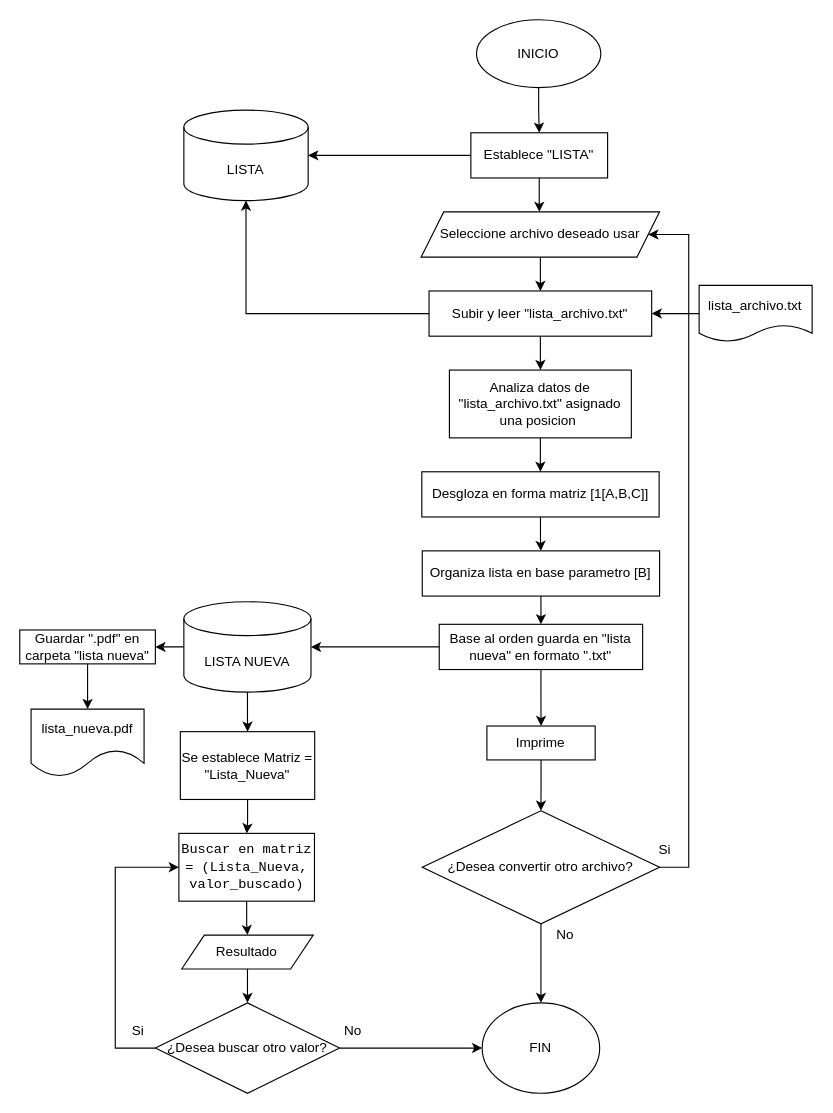
Before: DIAGRAMAS/Diagrama de la lista.drawio in ramseshaz/Repositorio-1, a draw.io diagram. Source tidied: cells renumbered, new cells numbered last; positions are measured from the earlier drawing's top-left corner, leaving out a move shared by most shapes. Both pictures are drawn from the tidied source at 113%, with x=0, y=0 at pixel (19, 19).
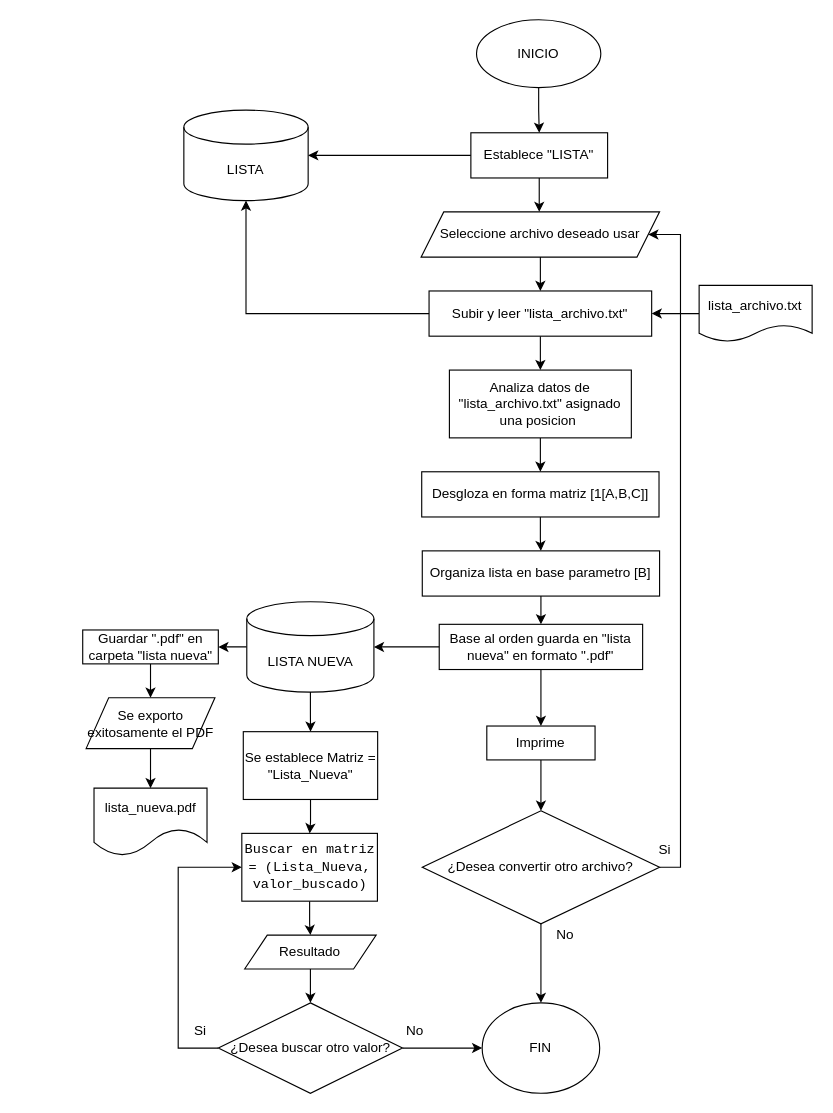
The same page after the edit.

Commit message:
Actualización del Diagrama de la Lista

The change refers to these unchanged cells:
```xml
<mxCell id="7" value="Seleccione archivo deseado usar" style="shape=parallelogram;perimeter=parallelogramPerimeter;whiteSpace=wrap;html=1;fixedSize=1;" parent="1" vertex="1">
  <mxGeometry x="355.2" y="170" width="211" height="40" as="geometry" />
</mxCell>
<mxCell id="14" value="¿Desea convertir otro archivo?" style="rhombus;whiteSpace=wrap;html=1;" parent="1" vertex="1">
  <mxGeometry x="356.2" y="700" width="210" height="100" as="geometry" />
</mxCell>
<mxCell id="16" value="Establece &quot;LISTA&quot;" style="rounded=0;whiteSpace=wrap;html=1;" parent="1" vertex="1">
  <mxGeometry x="399.2" y="100" width="121" height="40" as="geometry" />
</mxCell>
<mxCell id="20" value="Subir y leer &quot;lista_archivo.txt&quot;" style="rounded=0;whiteSpace=wrap;html=1;" parent="1" vertex="1">
  <mxGeometry x="362.2" y="240" width="197" height="40" as="geometry" />
</mxCell>
```

Diff of the diagram source:
```diff
@@
-    <mxCell id="4" style="edgeStyle=orthogonalEdgeStyle;rounded=0;jettySize=auto;html=1;" parent="1" edge="1" source="5" target="48">
-      <mxGeometry relative="1" as="geometry" />
-    </mxCell>
+    <mxCell id="49" style="edgeStyle=orthogonalEdgeStyle;rounded=0;jettySize=auto;html=1;" parent="1" edge="1" source="5" target="51">
+      <mxGeometry relative="1" as="geometry" />
+    </mxCell>
     <mxCell id="5" value="Guardar &quot;.pdf&quot; en carpeta &quot;lista nueva&quot;" style="whiteSpace=wrap;html=1;" parent="1" vertex="1">
-      <mxGeometry y="540" width="120" height="30" as="geometry" />
+      <mxGeometry x="55.7" y="540" width="120" height="30" as="geometry" />
     </mxCell>
@@
     <mxCell id="9" value="Desgloza en forma matriz [1[A,B,C]]" style="rounded=0;whiteSpace=wrap;html=1;" parent="1" vertex="1">
-      <mxGeometry x="355.8" y="400" width="210" height="40" as="geometry" />
+      <mxGeometry x="355.7" y="400" width="210" height="40" as="geometry" />
     </mxCell>
@@
     <mxCell id="11" value="Imprime" style="whiteSpace=wrap;html=1;rounded=0;" parent="1" vertex="1">
-      <mxGeometry x="413.4" y="625" width="95.8" height="30" as="geometry" />
+      <mxGeometry x="413.3" y="625" width="95.8" height="30" as="geometry" />
     </mxCell>
     <mxCell id="12" style="edgeStyle=orthogonalEdgeStyle;rounded=0;jettySize=auto;html=1;entryX=1;entryY=0.5;entryDx=0;entryDy=0;" parent="1" edge="1" source="14" target="7">
       <mxGeometry relative="1" as="geometry">
         <Array as="points">
-          <mxPoint x="592" y="750" />
-          <mxPoint x="592" y="190" />
+          <mxPoint x="584.7" y="750" />
+          <mxPoint x="584.7" y="190" />
         </Array>
       </mxGeometry>
     </mxCell>
@@
     <mxCell id="15" style="edgeStyle=orthogonalEdgeStyle;rounded=0;jettySize=auto;html=1;" parent="1" edge="1" source="16">
       <mxGeometry relative="1" as="geometry">
-        <mxPoint x="459.8" y="170" as="targetPoint" />
+        <mxPoint x="459.7" y="170" as="targetPoint" />
       </mxGeometry>
     </mxCell>
@@
     <mxCell id="19" style="edgeStyle=orthogonalEdgeStyle;rounded=0;jettySize=auto;html=1;" parent="1" edge="1" source="20">
       <mxGeometry relative="1" as="geometry">
-        <mxPoint x="460.8" y="310" as="targetPoint" />
+        <mxPoint x="460.7" y="310" as="targetPoint" />
       </mxGeometry>
     </mxCell>
@@
-    <mxCell id="27" value="Base al orden guarda en &quot;lista nueva&quot; en formato &quot;.txt&quot;" style="whiteSpace=wrap;html=1;rounded=0;" parent="1" vertex="1">
+    <mxCell id="27" value="Base al orden guarda en &quot;lista nueva&quot; en formato &quot;.pdf&quot;" style="whiteSpace=wrap;html=1;rounded=0;" parent="1" vertex="1">
       <mxGeometry x="371.2" y="535" width="180" height="40" as="geometry" />
     </mxCell>
@@
     <mxCell id="30" value="LISTA NUEVA" style="shape=cylinder3;whiteSpace=wrap;html=1;boundedLbl=1;backgroundOutline=1;size=15;" parent="1" vertex="1">
-      <mxGeometry x="145.2" y="515" width="112.5" height="80" as="geometry" />
+      <mxGeometry x="200.9" y="515" width="112.5" height="80" as="geometry" />
     </mxCell>
@@
     <mxCell id="36" value="Se establece Matriz = &quot;Lista_Nueva&quot;" style="rounded=0;whiteSpace=wrap;html=1;" parent="1" vertex="1">
-      <mxGeometry x="142.1" y="630" width="118.9" height="60" as="geometry" />
+      <mxGeometry x="197.8" y="630" width="118.9" height="60" as="geometry" />
     </mxCell>
@@
     <mxCell id="38" value="&lt;font&gt;&lt;span class=&quot;Ff1zF&quot; style=&quot;font-family: monospace; margin: 0px; border-bottom: 0px rgb(250, 144, 62);&quot;&gt;Buscar en matriz =&amp;nbsp;&lt;/span&gt;&lt;span class=&quot;undefined&quot; style=&quot;font-family: monospace; margin: 0px; border-bottom: 0px rgb(238, 240, 255);&quot;&gt;(Lista_Nueva&lt;/span&gt;&lt;span class=&quot;undefined&quot; style=&quot;font-family: monospace; margin: 0px; border-bottom: 0px rgb(238, 240, 255);&quot;&gt;, &lt;/span&gt;&lt;span class=&quot;Ff1zF&quot; style=&quot;font-family: monospace; margin: 0px; border-bottom: 0px rgb(250, 144, 62);&quot;&gt;valor_buscado&lt;/span&gt;&lt;span class=&quot;undefined&quot; style=&quot;font-family: monospace; margin: 0px; border-bottom: 0px rgb(238, 240, 255);&quot;&gt;)&lt;/span&gt;&lt;/font&gt;" style="whiteSpace=wrap;html=1;rounded=0;" parent="1" vertex="1">
-      <mxGeometry x="140.8" y="720" width="120" height="60" as="geometry" />
+      <mxGeometry x="196.5" y="720" width="120" height="60" as="geometry" />
     </mxCell>
@@
     <mxCell id="40" value="Resultado" style="shape=parallelogram;perimeter=parallelogramPerimeter;whiteSpace=wrap;html=1;fixedSize=1;" parent="1" vertex="1">
-      <mxGeometry x="143.3" y="810" width="116.4" height="30" as="geometry" />
+      <mxGeometry x="199" y="810" width="116.4" height="30" as="geometry" />
     </mxCell>
     <mxCell id="41" style="edgeStyle=orthogonalEdgeStyle;rounded=0;jettySize=auto;html=1;entryX=0;entryY=0.5;entryDx=0;entryDy=0;" parent="1" edge="1" source="43" target="38">
       <mxGeometry relative="1" as="geometry">
         <Array as="points">
-          <mxPoint x="84.5" y="910" />
-          <mxPoint x="84.5" y="750" />
+          <mxPoint x="140.2" y="910" />
+          <mxPoint x="140.2" y="750" />
         </Array>
       </mxGeometry>
     </mxCell>
@@
     <mxCell id="43" value="¿Desea buscar otro valor?" style="rhombus;whiteSpace=wrap;html=1;" parent="1" vertex="1">
-      <mxGeometry x="120" y="870" width="163" height="80" as="geometry" />
+      <mxGeometry x="175.7" y="870" width="163" height="80" as="geometry" />
     </mxCell>
     <mxCell id="44" value="Si" style="text;html=1;whiteSpace=wrap;strokeColor=none;fillColor=none;align=center;verticalAlign=middle;rounded=0;" parent="1" vertex="1">
-      <mxGeometry x="74.5" y="880" width="60" height="30" as="geometry" />
+      <mxGeometry x="130.2" y="880" width="60" height="30" as="geometry" />
     </mxCell>
     <mxCell id="45" value="No" style="text;html=1;whiteSpace=wrap;strokeColor=none;fillColor=none;align=center;verticalAlign=middle;rounded=0;" parent="1" vertex="1">
-      <mxGeometry x="264.5" y="880" width="60" height="30" as="geometry" />
+      <mxGeometry x="320.2" y="880" width="60" height="30" as="geometry" />
     </mxCell>
@@
     <mxCell id="48" value="lista_nueva.pdf" style="shape=document;whiteSpace=wrap;html=1;boundedLbl=1;size=0.4;" parent="1" vertex="1">
-      <mxGeometry x="10" y="610" width="100" height="60" as="geometry" />
+      <mxGeometry x="65.7" y="680" width="100" height="60" as="geometry" />
     </mxCell>
+    <mxCell id="50" style="edgeStyle=orthogonalEdgeStyle;rounded=0;jettySize=auto;html=1;" parent="1" edge="1" source="51" target="48">
+      <mxGeometry relative="1" as="geometry" />
+    </mxCell>
+    <mxCell id="51" value="Se exporto exitosamente el PDF" style="shape=parallelogram;perimeter=parallelogramPerimeter;whiteSpace=wrap;html=1;fixedSize=1;" parent="1" vertex="1">
+      <mxGeometry x="58.7" y="600" width="114" height="45" as="geometry" />
+    </mxCell>
```
